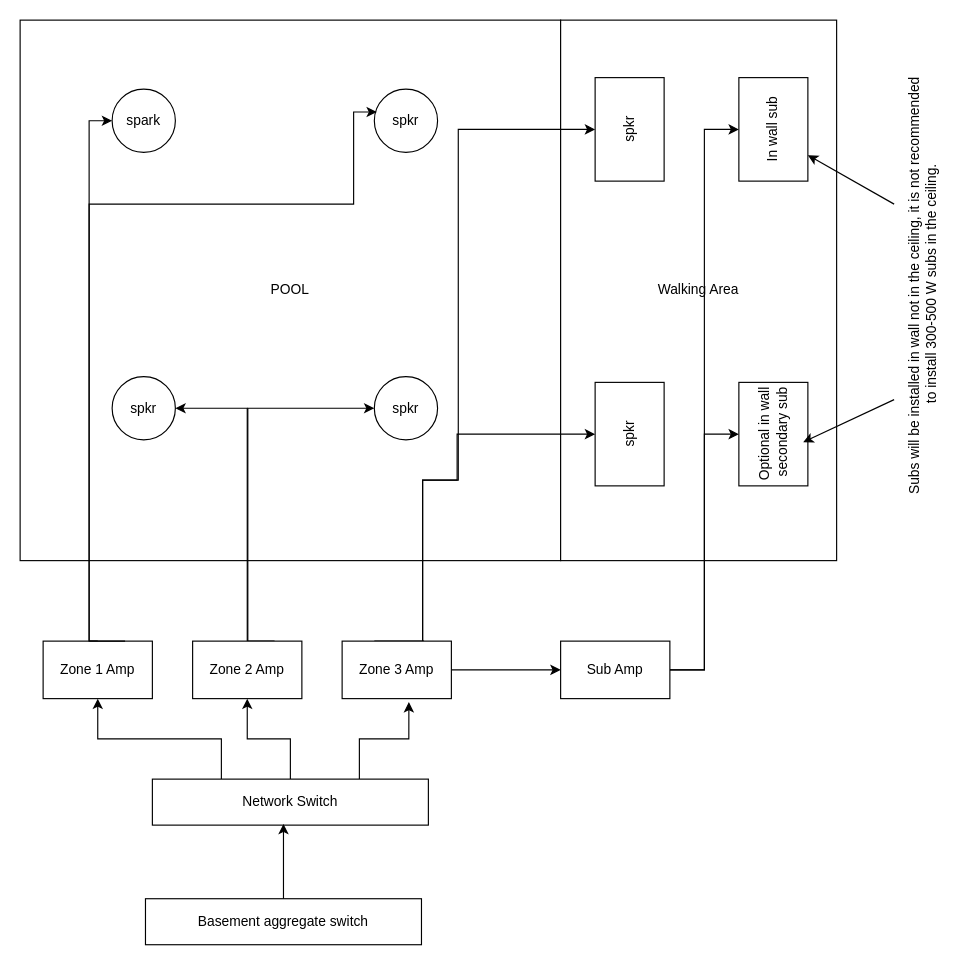
This is Untitled Diagram.drawio from Pzharyuk/draw_io_diagrams, a draw.io file, before an edit. Source tidied: cells renumbered, new cells numbered last; positions are measured from the earlier drawing's top-left corner, leaving out a move shared by most shapes. Both pictures are drawn from the tidied source at 115%, with x=0, y=0 at pixel (20, 20).
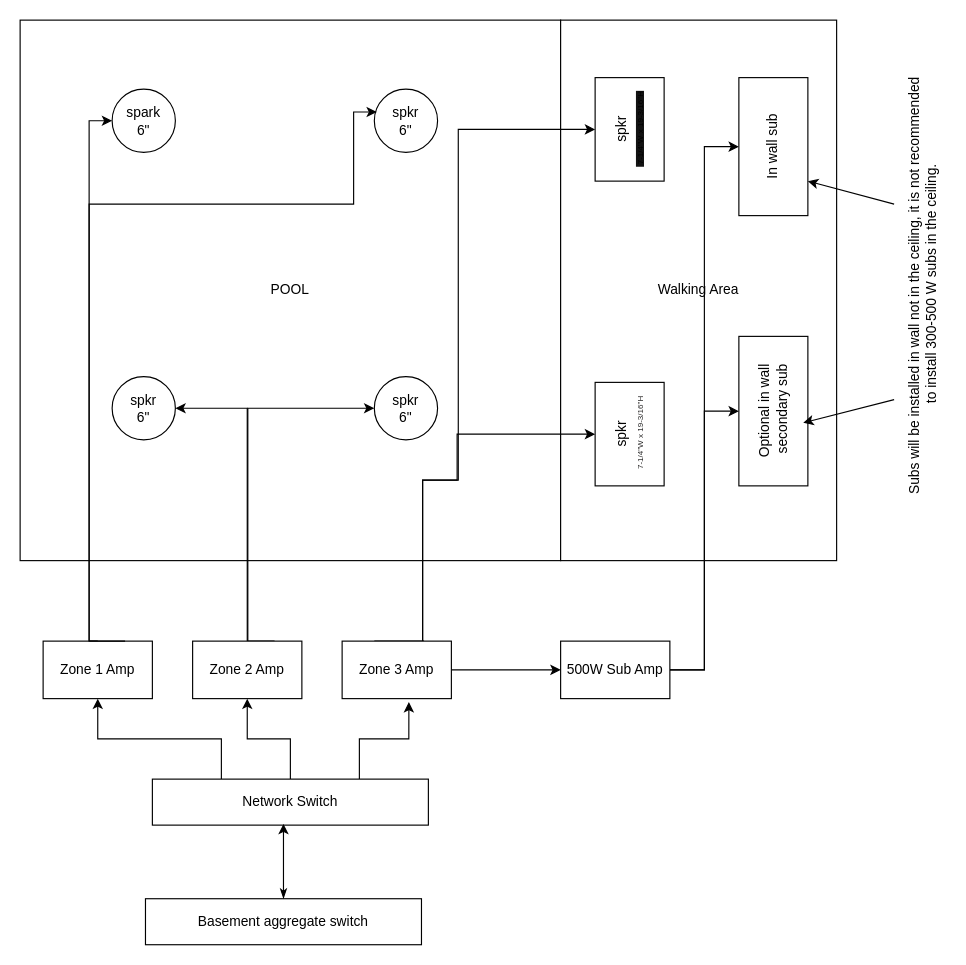
The same page after the edit.

Commit message:
added spark dimensions

The change refers to these unchanged cells:
```xml
<mxCell id="30" value="Network Switch" style="rounded=0;whiteSpace=wrap;html=1;" parent="1" vertex="1">
  <mxGeometry x="115" y="660" width="240" height="40" as="geometry" />
</mxCell>
<mxCell id="32" value="Basement aggregate switch" style="rounded=0;whiteSpace=wrap;html=1;" parent="1" vertex="1">
  <mxGeometry x="109" y="764" width="240" height="40" as="geometry" />
</mxCell>
```

The edit, as a diff of the source:
```diff
@@
-    <mxCell id="4" value="spkr" style="rounded=0;whiteSpace=wrap;html=1;rotation=-90;" parent="1" vertex="1">
+    <mxCell id="4" value="spkr&lt;div&gt;&lt;span style=&quot;font-family: cf-gibson, Helvetica, Arial, sans-serif; font-size: 7px; orphans: 2; text-align: left; widows: 2; background-color: rgb(18, 18, 18);&quot;&gt;&amp;nbsp;7-1/4&quot;W x 19-3/16&quot;H&lt;/span&gt;&lt;br&gt;&lt;/div&gt;" style="rounded=0;whiteSpace=wrap;html=1;rotation=-90;" parent="1" vertex="1">
       <mxGeometry x="485" y="65" width="90" height="60" as="geometry" />
     </mxCell>
-    <mxCell id="5" value="spkr" style="rounded=0;whiteSpace=wrap;html=1;rotation=-90;" parent="1" vertex="1">
+    <mxCell id="5" value="spkr&lt;div&gt;&lt;span style=&quot;font-family: cf-gibson, Helvetica, Arial, sans-serif; font-variant-ligatures: normal; orphans: 2; text-align: left; widows: 2; background-color: rgb(255, 255, 255); text-decoration-thickness: initial; text-decoration-style: initial; text-decoration-color: initial; color: light-dark(rgb(41, 40, 40), rgb(255, 255, 255));&quot;&gt;&lt;font style=&quot;font-size: 7px;&quot;&gt;&amp;nbsp;7-1/4&quot;W x 19-3/16&quot;H&lt;/font&gt;&lt;/span&gt;&lt;br&gt;&lt;/div&gt;" style="rounded=0;whiteSpace=wrap;html=1;rotation=-90;" parent="1" vertex="1">
       <mxGeometry x="485" y="330" width="90" height="60" as="geometry" />
     </mxCell>
-    <mxCell id="6" value="spark" style="ellipse;whiteSpace=wrap;html=1;" parent="1" vertex="1">
+    <mxCell id="6" value="spark&lt;div&gt;6&quot;&lt;/div&gt;" style="ellipse;whiteSpace=wrap;html=1;" parent="1" vertex="1">
       <mxGeometry x="80" y="60" width="55" height="55" as="geometry" />
     </mxCell>
-    <mxCell id="7" value="spkr" style="ellipse;whiteSpace=wrap;html=1;" parent="1" vertex="1">
+    <mxCell id="7" value="spkr&lt;div&gt;6&quot;&lt;/div&gt;" style="ellipse;whiteSpace=wrap;html=1;" parent="1" vertex="1">
       <mxGeometry x="308" y="60" width="55" height="55" as="geometry" />
     </mxCell>
-    <mxCell id="8" value="spkr" style="ellipse;whiteSpace=wrap;html=1;" parent="1" vertex="1">
+    <mxCell id="8" value="spkr&lt;div&gt;6&quot;&lt;/div&gt;" style="ellipse;whiteSpace=wrap;html=1;" parent="1" vertex="1">
       <mxGeometry x="80" y="310" width="55" height="55" as="geometry" />
     </mxCell>
-    <mxCell id="9" value="spkr" style="ellipse;whiteSpace=wrap;html=1;" parent="1" vertex="1">
+    <mxCell id="9" value="spkr&lt;div&gt;6&quot;&lt;/div&gt;" style="ellipse;whiteSpace=wrap;html=1;" parent="1" vertex="1">
       <mxGeometry x="308" y="310" width="55" height="55" as="geometry" />
     </mxCell>
     <mxCell id="10" value="In wall sub" style="rounded=0;whiteSpace=wrap;html=1;rotation=-90;" parent="1" vertex="1">
-      <mxGeometry x="610" y="65" width="90" height="60" as="geometry" />
+      <mxGeometry x="595" y="80" width="120" height="60" as="geometry" />
     </mxCell>
     <mxCell id="11" value="Optional in wall &amp;nbsp;secondary sub" style="rounded=0;whiteSpace=wrap;html=1;rotation=-90;" parent="1" vertex="1">
-      <mxGeometry x="610" y="330" width="90" height="60" as="geometry" />
+      <mxGeometry x="590" y="310" width="130" height="60" as="geometry" />
     </mxCell>
@@
-    <mxCell id="26" value="Sub Amp" style="rounded=0;whiteSpace=wrap;html=1;" parent="1" vertex="1">
+    <mxCell id="26" value="500W Sub Amp" style="rounded=0;whiteSpace=wrap;html=1;" parent="1" vertex="1">
       <mxGeometry x="470" y="540" width="95" height="50" as="geometry" />
     </mxCell>
@@
-    <mxCell id="33" style="edgeStyle=orthogonalEdgeStyle;rounded=0;jettySize=auto;html=1;exitX=0.5;exitY=0;exitDx=0;exitDy=0;entryX=0.475;entryY=0.975;entryDx=0;entryDy=0;entryPerimeter=0;" parent="1" edge="1" source="32" target="30">
+    <mxCell id="33" style="edgeStyle=orthogonalEdgeStyle;rounded=0;jettySize=auto;html=1;exitX=0.5;exitY=0;exitDx=0;exitDy=0;entryX=0.475;entryY=0.975;entryDx=0;entryDy=0;entryPerimeter=0;startArrow=classicThin;startFill=1;" parent="1" edge="1" source="32" target="30">
       <mxGeometry relative="1" as="geometry" />
     </mxCell>
```
